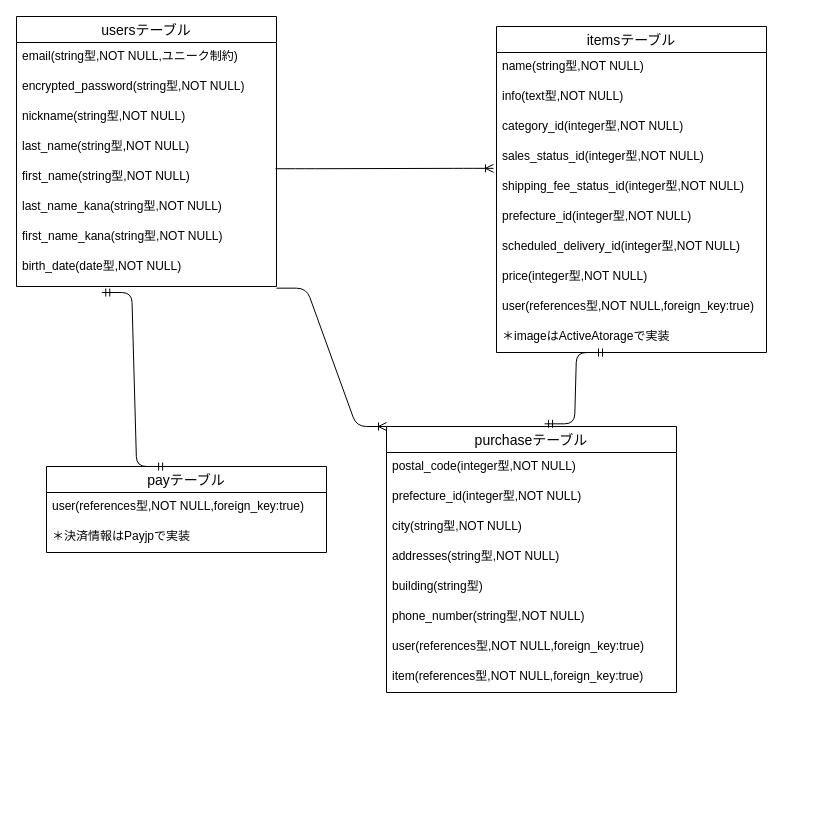
Before: db.dio in sea-yassan33/furima-38357, a draw.io diagram. Source tidied: cells renumbered, new cells numbered last; positions are measured from the earlier drawing's top-left corner, leaving out a move shared by most shapes. Both pictures are drawn from the tidied source at 100%, with x=0, y=0 at pixel (16, 16).
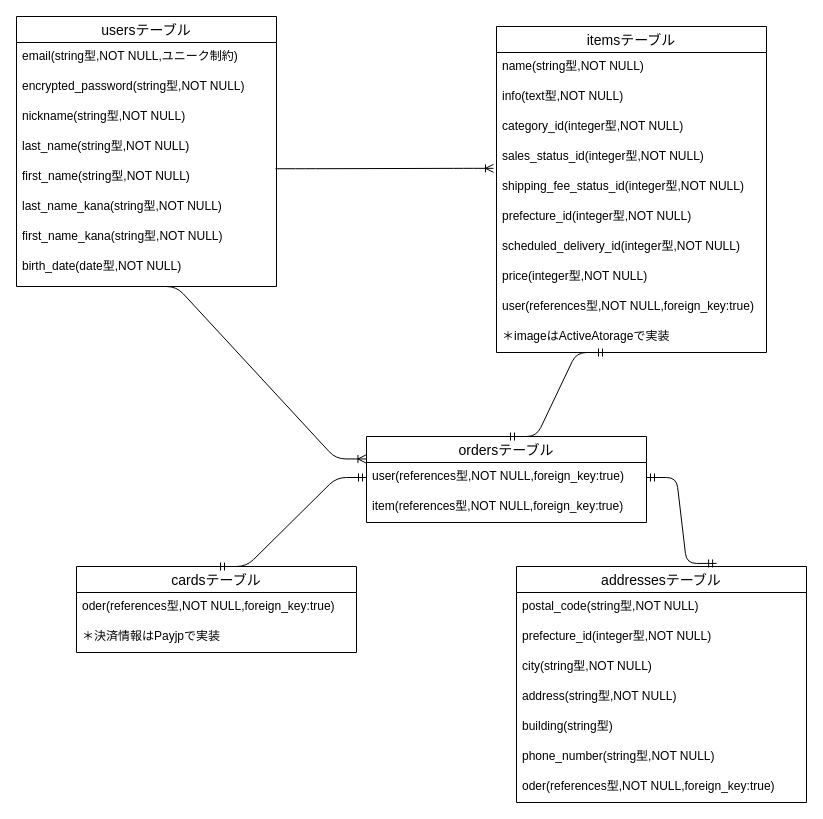
The same diagram, later.

Unchanged cells that the change refers to:
```xml
<mxCell id="10" value="birth_date(date型,NOT NULL)" style="text;strokeColor=none;fillColor=none;spacingLeft=4;spacingRight=4;overflow=hidden;points=[[0,0.5],[1,0.5]];portConstraint=eastwest;fontSize=12;" parent="2" vertex="1">
  <mxGeometry y="236" width="260" height="34" as="geometry" />
</mxCell>
<mxCell id="23" value="user(references型,NOT NULL,foreign_key:true)" style="text;strokeColor=none;fillColor=none;spacingLeft=4;spacingRight=4;overflow=hidden;points=[[0,0.5],[1,0.5]];portConstraint=eastwest;fontSize=12;" parent="22" vertex="1">
  <mxGeometry y="26" width="280" height="30" as="geometry" />
</mxCell>
```

Diff of the diagram source:
```diff
@@
-    <mxCell id="22" value="payテーブル" style="swimlane;fontStyle=0;horizontal=1;startSize=26;align=center;fontSize=14;" parent="1" vertex="1">
-      <mxGeometry x="30" y="450" width="280" height="86" as="geometry" />
+    <mxCell id="22" value="ordersテーブル" style="swimlane;fontStyle=0;horizontal=1;startSize=26;align=center;fontSize=14;" parent="1" vertex="1">
+      <mxGeometry x="350" y="420" width="280" height="86" as="geometry" />
     </mxCell>
@@
-    <mxCell id="24" value="＊決済情報はPayjpで実装" style="text;strokeColor=none;fillColor=none;spacingLeft=4;spacingRight=4;overflow=hidden;fontSize=12;" parent="22" vertex="1">
-      <mxGeometry y="56" width="280" height="30" as="geometry" />
-    </mxCell>
+    <mxCell id="34" value="item(references型,NOT NULL,foreign_key:true)" style="text;strokeColor=none;fillColor=none;spacingLeft=4;spacingRight=4;overflow=hidden;fontSize=12;" parent="22" vertex="1">
+      <mxGeometry y="56" width="280" height="30" as="geometry" />
+    </mxCell>
@@
-    <mxCell id="26" value="purchaseテーブル" style="swimlane;fontStyle=0;horizontal=1;startSize=26;align=center;fontSize=14;" parent="1" vertex="1">
-      <mxGeometry x="370" y="410" width="290" height="266" as="geometry" />
+    <mxCell id="26" value="addressesテーブル" style="swimlane;fontStyle=0;horizontal=1;startSize=26;align=center;fontSize=14;" parent="1" vertex="1">
+      <mxGeometry x="500" y="550" width="290" height="236" as="geometry" />
     </mxCell>
-    <mxCell id="27" value="postal_code(integer型,NOT NULL)" style="text;strokeColor=none;fillColor=none;spacingLeft=4;spacingRight=4;overflow=hidden;fontSize=12;" parent="26" vertex="1">
+    <mxCell id="27" value="postal_code(string型,NOT NULL)" style="text;strokeColor=none;fillColor=none;spacingLeft=4;spacingRight=4;overflow=hidden;fontSize=12;" parent="26" vertex="1">
       <mxGeometry y="26" width="290" height="30" as="geometry" />
     </mxCell>
@@
-    <mxCell id="30" value="addresses(string型,NOT NULL)" style="text;strokeColor=none;fillColor=none;spacingLeft=4;spacingRight=4;overflow=hidden;fontSize=12;" parent="26" vertex="1">
+    <mxCell id="30" value="address(string型,NOT NULL)" style="text;strokeColor=none;fillColor=none;spacingLeft=4;spacingRight=4;overflow=hidden;fontSize=12;" parent="26" vertex="1">
       <mxGeometry y="116" width="290" height="30" as="geometry" />
     </mxCell>
@@
-    <mxCell id="33" value="user(references型,NOT NULL,foreign_key:true)" style="text;strokeColor=none;fillColor=none;spacingLeft=4;spacingRight=4;overflow=hidden;fontSize=12;" parent="26" vertex="1">
-      <mxGeometry y="206" width="290" height="30" as="geometry" />
-    </mxCell>
-    <mxCell id="34" value="item(references型,NOT NULL,foreign_key:true)" style="text;strokeColor=none;fillColor=none;spacingLeft=4;spacingRight=4;overflow=hidden;fontSize=12;" parent="26" vertex="1">
-      <mxGeometry y="236" width="290" height="30" as="geometry" />
-    </mxCell>
+    <mxCell id="38" value="oder(references型,NOT NULL,foreign_key:true)" style="text;strokeColor=none;fillColor=none;spacingLeft=4;spacingRight=4;overflow=hidden;fontSize=12;" parent="26" vertex="1">
+      <mxGeometry y="206" width="290" height="30" as="geometry" />
+    </mxCell>
-    <mxCell id="35" style="edgeStyle=entityRelationEdgeStyle;fontSize=12;html=1;endArrow=ERmandOne;startArrow=ERmandOne;exitX=0.545;exitY=-0.01;exitDx=0;exitDy=0;exitPerimeter=0;" parent="1" edge="1" source="26">
+    <mxCell id="35" style="edgeStyle=entityRelationEdgeStyle;fontSize=12;html=1;endArrow=ERmandOne;startArrow=ERmandOne;exitX=0.5;exitY=0;exitDx=0;exitDy=0;" parent="1" edge="1" source="22">
       <mxGeometry relative="1" as="geometry">
         <mxPoint x="590" y="336" as="targetPoint" />
       </mxGeometry>
     </mxCell>
-    <mxCell id="36" style="edgeStyle=entityRelationEdgeStyle;fontSize=12;html=1;endArrow=ERoneToMany;exitX=1;exitY=1.049;exitDx=0;exitDy=0;exitPerimeter=0;entryX=0;entryY=0;entryDx=0;entryDy=0;" parent="1" edge="1" source="10" target="26">
-      <mxGeometry relative="1" as="geometry" />
-    </mxCell>
-    <mxCell id="37" style="edgeStyle=entityRelationEdgeStyle;fontSize=12;html=1;endArrow=ERmandOne;startArrow=ERmandOne;exitX=0.429;exitY=0;exitDx=0;exitDy=0;exitPerimeter=0;entryX=0.328;entryY=1.177;entryDx=0;entryDy=0;entryPerimeter=0;" parent="1" edge="1" source="22" target="10">
-      <mxGeometry relative="1" as="geometry" />
+    <mxCell id="37" style="edgeStyle=entityRelationEdgeStyle;fontSize=12;html=1;endArrow=ERoneToMany;entryX=-0.002;entryY=-0.118;entryDx=0;entryDy=0;entryPerimeter=0;" parent="1" edge="1" target="23">
+      <mxGeometry relative="1" as="geometry">
+        <mxPoint x="130" y="270" as="sourcePoint" />
+      </mxGeometry>
     </mxCell>
+    <mxCell id="39" style="edgeStyle=entityRelationEdgeStyle;fontSize=12;html=1;endArrow=ERmandOne;startArrow=ERmandOne;entryX=0.69;entryY=-0.013;entryDx=0;entryDy=0;entryPerimeter=0;exitX=1;exitY=0.5;exitDx=0;exitDy=0;" parent="1" edge="1" source="23" target="26">
+      <mxGeometry relative="1" as="geometry" />
+    </mxCell>
+    <mxCell id="40" value="cardsテーブル" style="swimlane;fontStyle=0;horizontal=1;startSize=26;align=center;fontSize=14;" parent="1" vertex="1">
+      <mxGeometry x="60" y="550" width="280" height="86" as="geometry" />
+    </mxCell>
+    <mxCell id="41" value="oder(references型,NOT NULL,foreign_key:true)" style="text;strokeColor=none;fillColor=none;spacingLeft=4;spacingRight=4;overflow=hidden;fontSize=12;" parent="40" vertex="1">
+      <mxGeometry y="26" width="280" height="30" as="geometry" />
+    </mxCell>
+    <mxCell id="24" value="＊決済情報はPayjpで実装" style="text;strokeColor=none;fillColor=none;spacingLeft=4;spacingRight=4;overflow=hidden;fontSize=12;" parent="40" vertex="1">
+      <mxGeometry y="56" width="280" height="30" as="geometry" />
+    </mxCell>
+    <mxCell id="42" style="edgeStyle=entityRelationEdgeStyle;fontSize=12;html=1;endArrow=ERmandOne;startArrow=ERmandOne;entryX=0;entryY=0.5;entryDx=0;entryDy=0;exitX=0.5;exitY=0;exitDx=0;exitDy=0;" parent="1" edge="1" source="40" target="23">
+      <mxGeometry relative="1" as="geometry" />
+    </mxCell>
```
